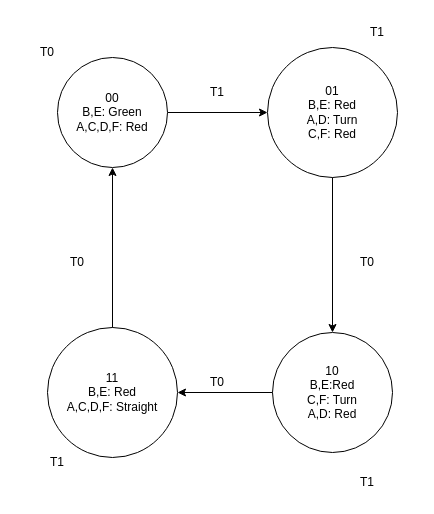
Before: lab1/state_machine.drawio in linnypham/CSC3210, a draw.io diagram. Source tidied: cells renumbered, new cells numbered last; positions are measured from the earlier drawing's top-left corner, leaving out a move shared by most shapes. Both pictures are drawn from the tidied source at 100%, with x=0, y=0 at pixel (17, 17).
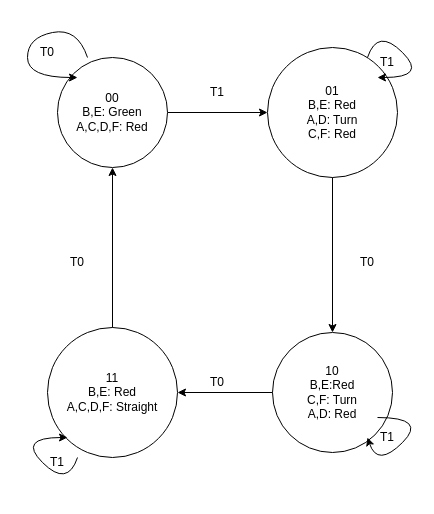
The same diagram, later.

What changed in the source:
```diff
@@
     <mxCell id="12" value="T1" style="text;html=1;strokeColor=none;fillColor=none;align=center;verticalAlign=middle;whiteSpace=wrap;rounded=0;" parent="1" vertex="1">
-      <mxGeometry x="320" y="450" width="60" height="30" as="geometry" />
+      <mxGeometry x="340" y="405" width="60" height="30" as="geometry" />
     </mxCell>
@@
     <mxCell id="16" value="T1" style="text;html=1;strokeColor=none;fillColor=none;align=center;verticalAlign=middle;whiteSpace=wrap;rounded=0;" parent="1" vertex="1">
-      <mxGeometry x="330" width="60" height="30" as="geometry" />
+      <mxGeometry x="340" y="30" width="60" height="30" as="geometry" />
     </mxCell>
@@
+    <mxCell id="18" style="curved=1;endArrow=classic;html=1;" parent="1" edge="1">
+      <mxGeometry relative="1" as="geometry">
+        <mxPoint x="60" y="440" as="sourcePoint" />
+        <mxPoint x="50" y="420" as="targetPoint" />
+        <Array as="points">
+          <mxPoint x="50" y="470" />
+          <mxPoint y="420" />
+        </Array>
+      </mxGeometry>
+    </mxCell>
+    <mxCell id="19" style="curved=1;endArrow=classic;html=1;" parent="1" edge="1">
+      <mxGeometry relative="1" as="geometry">
+        <mxPoint x="70" y="40" as="sourcePoint" />
+        <mxPoint x="60" y="60" as="targetPoint" />
+        <Array as="points">
+          <mxPoint x="60" y="10" />
+          <mxPoint x="10" y="20" />
+          <mxPoint x="10" y="60" />
+        </Array>
+      </mxGeometry>
+    </mxCell>
+    <mxCell id="20" style="curved=1;endArrow=classic;html=1;" parent="1" edge="1">
+      <mxGeometry relative="1" as="geometry">
+        <mxPoint x="350" y="40" as="sourcePoint" />
+        <mxPoint x="360" y="60" as="targetPoint" />
+        <Array as="points">
+          <mxPoint x="360" y="10" />
+          <mxPoint x="410" y="60" />
+        </Array>
+      </mxGeometry>
+    </mxCell>
+    <mxCell id="21" style="curved=1;endArrow=classic;html=1;" parent="1" edge="1">
+      <mxGeometry relative="1" as="geometry">
+        <mxPoint x="360" y="400" as="sourcePoint" />
+        <mxPoint x="350" y="420" as="targetPoint" />
+        <Array as="points">
+          <mxPoint x="410" y="400" />
+          <mxPoint x="360" y="450" />
+        </Array>
+      </mxGeometry>
+    </mxCell>
```
